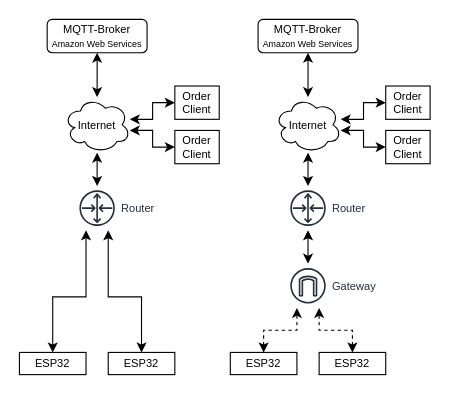
The draw.io diagram docs/assets/models/architektur.drawio.xml in finnge/iot-service-button, before the edit. Source tidied: cells renumbered, new cells numbered last; positions are measured from the earlier drawing's top-left corner, leaving out a move shared by most shapes. Both pictures are drawn from the tidied source at 111%, with x=0, y=0 at pixel (19, 19).
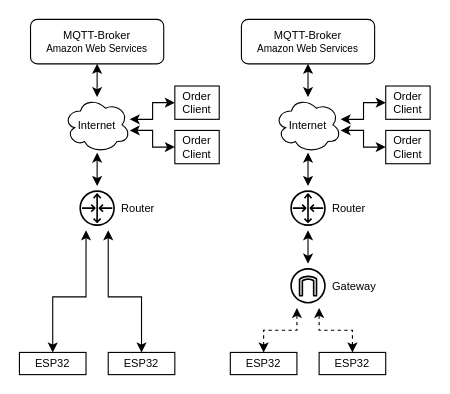
Above is the later version.

The edit, as a diff of the source:
```diff
@@
-    <mxCell id="6" value="Router" style="outlineConnect=0;fontColor=#232F3E;gradientColor=none;strokeColor=#232F3E;fillColor=#ffffff;dashed=0;verticalLabelPosition=middle;verticalAlign=middle;align=left;html=1;fontSize=10;fontStyle=0;shape=mxgraph.aws4.resourceIcon;resIcon=mxgraph.aws4.router;labelPosition=right;" parent="1" vertex="1">
+    <mxCell id="6" value="Router" style="outlineConnect=0;gradientColor=none;dashed=0;verticalLabelPosition=middle;verticalAlign=middle;align=left;html=1;fontSize=10;fontStyle=0;shape=mxgraph.aws4.resourceIcon;resIcon=mxgraph.aws4.router;labelPosition=right;fillColor=none;" parent="1" vertex="1">
       <mxGeometry x="50" y="150" width="40" height="40" as="geometry" />
     </mxCell>
@@
-    <mxCell id="9" value="MQTT-Broker&lt;br style=&quot;font-size: 10px&quot;&gt;&lt;font style=&quot;font-size: 8px&quot;&gt;Amazon Web Services&lt;/font&gt;" style="rounded=1;whiteSpace=wrap;html=1;fontSize=10;" parent="1" vertex="1">
-      <mxGeometry x="25" width="90" height="30" as="geometry" />
+    <mxCell id="9" value="&lt;font style=&quot;font-size: 10px&quot;&gt;MQTT-Broker&lt;br&gt;&lt;/font&gt;&lt;font style=&quot;font-size: 9px&quot;&gt;Amazon Web Services&lt;/font&gt;" style="rounded=1;whiteSpace=wrap;html=1;fontSize=10;" parent="1" vertex="1">
+      <mxGeometry x="10" width="120" height="40" as="geometry" />
     </mxCell>
@@
-    <mxCell id="18" value="Gateway" style="outlineConnect=0;fontColor=#232F3E;gradientColor=none;strokeColor=#232F3E;fillColor=#ffffff;dashed=0;verticalLabelPosition=middle;verticalAlign=middle;align=left;html=1;fontSize=10;fontStyle=0;shape=mxgraph.aws4.resourceIcon;resIcon=mxgraph.aws4.internet_gateway;labelPosition=right;" parent="1" vertex="1">
+    <mxCell id="18" value="Gateway" style="outlineConnect=0;dashed=0;verticalLabelPosition=middle;verticalAlign=middle;align=left;html=1;fontSize=10;fontStyle=0;shape=mxgraph.aws4.resourceIcon;resIcon=mxgraph.aws4.internet_gateway;labelPosition=right;fillColor=none;" parent="1" vertex="1">
       <mxGeometry x="240" y="220" width="40" height="40" as="geometry" />
     </mxCell>
-    <mxCell id="19" value="Router" style="outlineConnect=0;fontColor=#232F3E;gradientColor=none;strokeColor=#232F3E;fillColor=#ffffff;dashed=0;verticalLabelPosition=middle;verticalAlign=middle;align=left;html=1;fontSize=10;fontStyle=0;shape=mxgraph.aws4.resourceIcon;resIcon=mxgraph.aws4.router;labelPosition=right;" parent="1" vertex="1">
+    <mxCell id="19" value="Router" style="outlineConnect=0;dashed=0;verticalLabelPosition=middle;verticalAlign=middle;align=left;html=1;fontSize=10;fontStyle=0;shape=mxgraph.aws4.resourceIcon;resIcon=mxgraph.aws4.router;labelPosition=right;fillColor=none;strokeWidth=1;" parent="1" vertex="1">
       <mxGeometry x="240" y="150" width="40" height="40" as="geometry" />
     </mxCell>
@@
-    <mxCell id="22" value="MQTT-Broker&lt;br style=&quot;font-size: 10px&quot;&gt;&lt;font style=&quot;font-size: 8px&quot;&gt;Amazon Web Services&lt;/font&gt;" style="rounded=1;whiteSpace=wrap;html=1;fontSize=10;" parent="1" vertex="1">
-      <mxGeometry x="215" width="90" height="30" as="geometry" />
+    <mxCell id="22" value="MQTT-Broker&lt;br style=&quot;font-size: 10px&quot;&gt;&lt;font style=&quot;font-size: 9px&quot;&gt;Amazon Web Services&lt;/font&gt;" style="rounded=1;whiteSpace=wrap;html=1;fontSize=10;" parent="1" vertex="1">
+      <mxGeometry x="200" width="120" height="40" as="geometry" />
     </mxCell>
```
